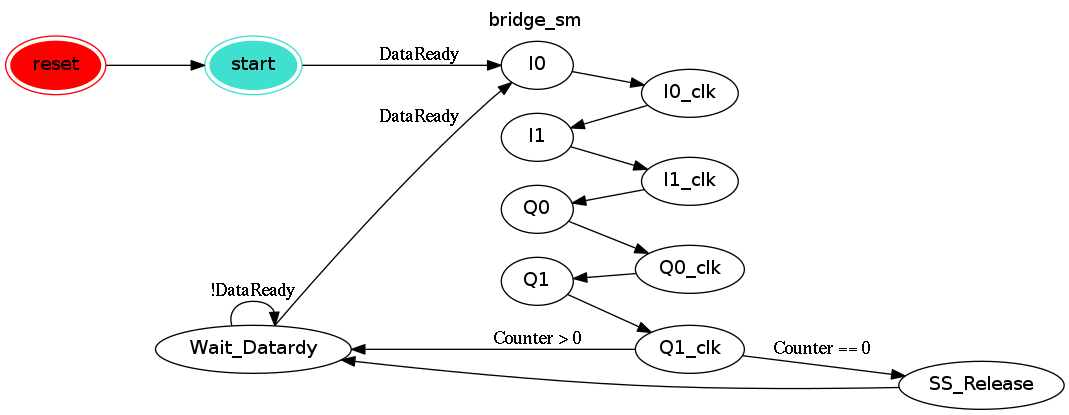
Above: doc/bridge_sm.png in psas/gps-cpld (Graphviz), before the change. Its source is kept beside it as doc/bridge_sm.dot. Source of this version:
```dot
digraph bridge_sm {
  graph [fontname="lucidasans-bold-14"];
  rankdir=LR;
  node [fontname="lucidasans-bold-14"];
  reset -> start
  start -> I0 [label = "DataReady"];
  I0 -> I0_clk;
  I0_clk -> I1;
  I1 -> I1_clk;
  I1_clk -> Q0;
  Q0 -> Q0_clk;
  Q0_clk -> Q1;
  Q1 -> Q1_clk;
  Q1_clk -> SS_Release    [label = " Counter == 0 "];
  Q1_clk -> Wait_Datardy  [label = " Counter > 0 "];
  SS_Release -> Wait_Datardy;
  Wait_Datardy -> I0 [label = " DataReady "];
  Wait_Datardy -> Wait_Datardy [ label=" !DataReady " ];
  start [color=turquoise, peripheries=2, style=filled];
  reset [color=red, peripheries=2, style=filled];
  label="bridge_sm";
  labelloc=top;
  labeljust=center;
  { rank=same; start, Wait_Datardy }
  { rank=same; I0, I1, Q0, Q1 }
  { rank=same; I0_clk, I1_clk, Q0_clk, Q1_clk }
}
```
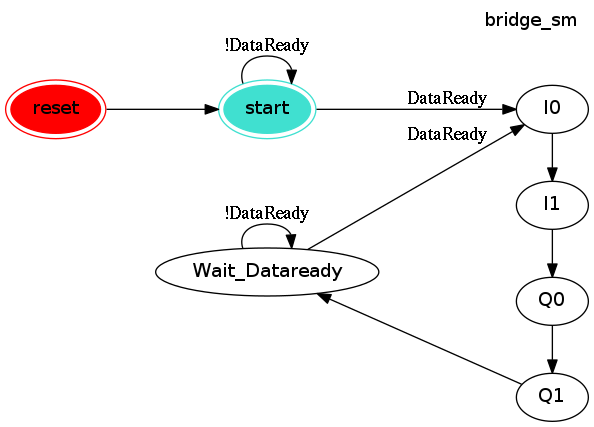
The same file after the commit.

Commit message:
Update dot and png files for bridge state machine.

What changed in the source:
```diff
@@ -4,24 +4,18 @@
   node [fontname="lucidasans-bold-14"];
   reset -> start
   start -> I0 [label = "DataReady"];
-  I0 -> I0_clk;
-  I0_clk -> I1;
-  I1 -> I1_clk;
-  I1_clk -> Q0;
-  Q0 -> Q0_clk;
-  Q0_clk -> Q1;
-  Q1 -> Q1_clk;
-  Q1_clk -> SS_Release    [label = " Counter == 0 "];
-  Q1_clk -> Wait_Datardy  [label = " Counter > 0 "];
-  SS_Release -> Wait_Datardy;
-  Wait_Datardy -> I0 [label = " DataReady "];
-  Wait_Datardy -> Wait_Datardy [ label=" !DataReady " ];
+  start -> start [label = "!DataReady"];
+  I0 -> I1;
+  I1 -> Q0;
+  Q0 -> Q1;
+  Q1 -> Wait_Dataready;
+  Wait_Dataready -> I0 [label = " DataReady "];
+  Wait_Dataready -> Wait_Dataready [ label=" !DataReady " ];
   start [color=turquoise, peripheries=2, style=filled];
   reset [color=red, peripheries=2, style=filled];
   label="bridge_sm";
   labelloc=top;
-  labeljust=center;
-  { rank=same; start, Wait_Datardy }
+  labeljust=right;
+  { rank=same; start, Wait_Dataready }
   { rank=same; I0, I1, Q0, Q1 }
-  { rank=same; I0_clk, I1_clk, Q0_clk, Q1_clk }
 }
```
